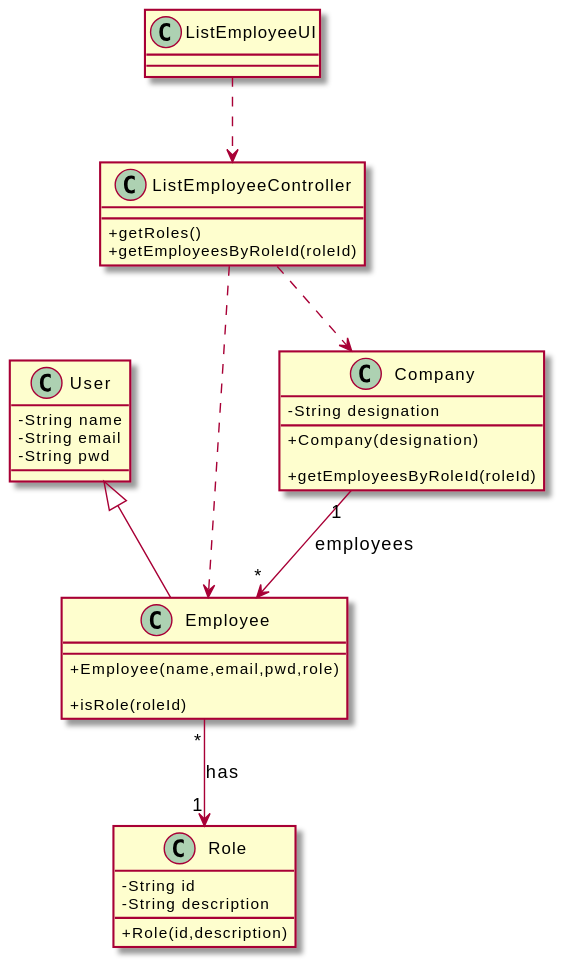
Earlier version of the PlantUML export docs/SprintB/US11/CD/US11_CD.svg (miseEnPlace-i/lapr2).
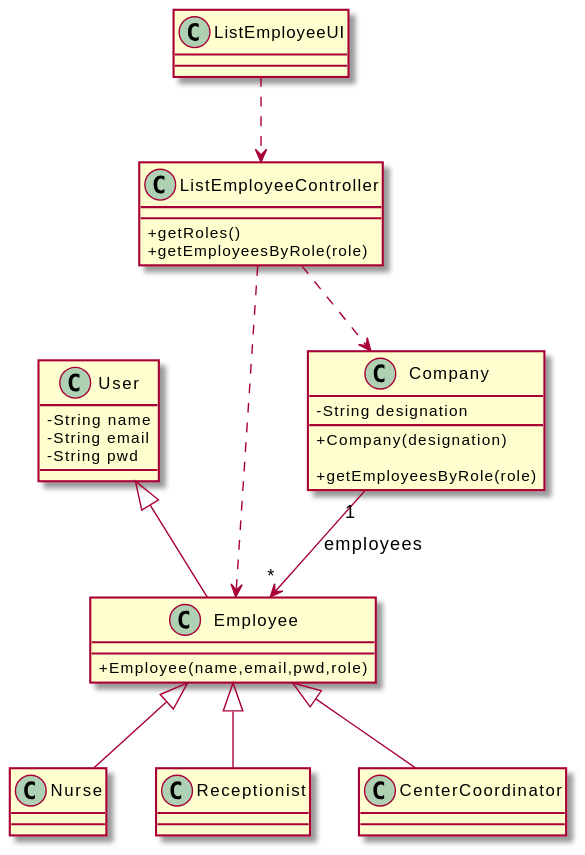
After the commit.

Commit message:
docs(US11): updated SD, DM & CD to use superclass employee

Diff of the diagram source:
```diff
@@ -9,37 +9,37 @@
 
 class Employee {
   +Employee(name,email,pwd,role)
-
-  +isRole(roleId)
-}
-
-class Role {
-  -String id
-  -String description
-
-  +Role(id,description)
 }
 
 class Company {
   -String designation
   +Company(designation)
 
-  +getEmployeesByRoleId(roleId)
+  +getEmployeesByRole(role)
 }
 
 class ListEmployeeController {
   +getRoles()
-  +getEmployeesByRoleId(roleId)
+  +getEmployeesByRole(role)
 }
 
 class ListEmployeeUI {}
 
+class Nurse {}
+
+class Receptionist {}
+
+class CenterCoordinator {}
+
 ListEmployeeUI ..> ListEmployeeController
 ListEmployeeController ..> Employee
 ListEmployeeController ..> Company
-Employee "*" --> "1" Role : has
 Company "1" --> "*" Employee : employees
 
 User <|-- Employee
 
+Employee <|-- Nurse
+Employee <|-- Receptionist
+Employee <|-- CenterCoordinator
+
 @enduml
```
